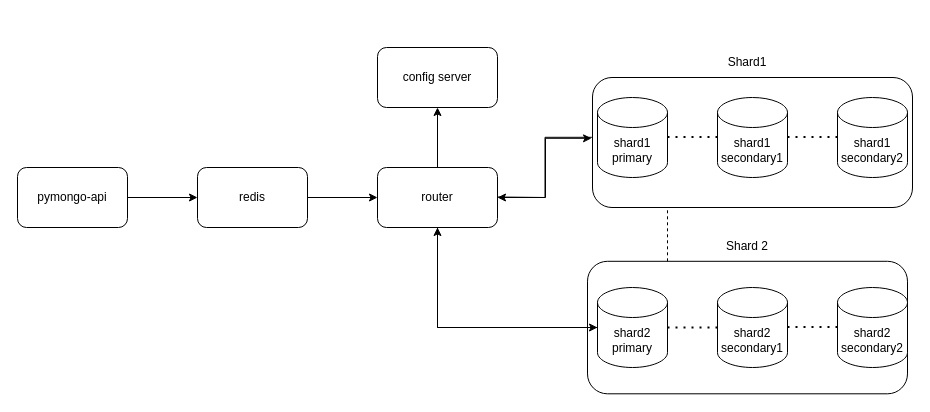
This is diagrams/task1-3.drawio from sproggi/architecture-black_friday, a draw.io file, before an edit. Source tidied: cells renumbered, new cells numbered last; positions are measured from the earlier drawing's top-left corner, leaving out a move shared by most shapes. Both pictures are drawn from the tidied source at 100%, with x=0, y=0 at pixel (17, 47).
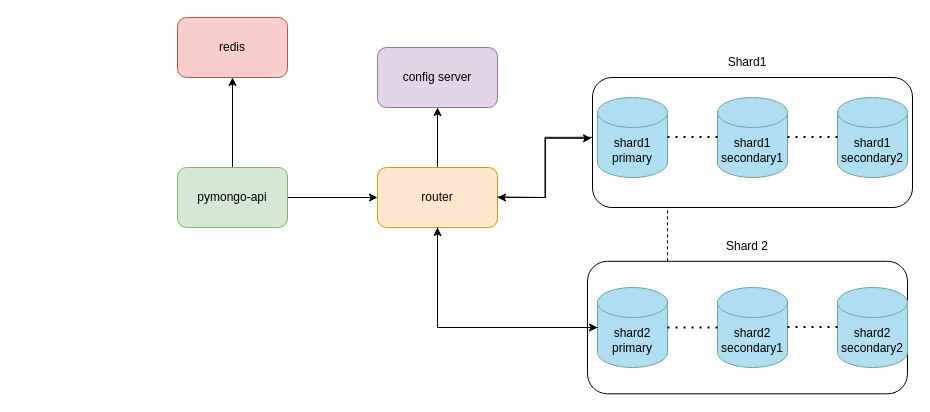
After the change.

Change to the diagram source:
```diff
@@
-    <mxCell id="4" value="shard2&lt;br&gt;primary" style="shape=cylinder3;whiteSpace=wrap;html=1;boundedLbl=1;backgroundOutline=1;size=15;" parent="1" vertex="1">
+    <mxCell id="4" value="shard2&lt;br&gt;primary" style="shape=cylinder3;whiteSpace=wrap;html=1;boundedLbl=1;backgroundOutline=1;size=15;fillColor=#b1ddf0;strokeColor=#67ab9f;" parent="1" vertex="1">
       <mxGeometry x="580" y="240" width="70" height="80" as="geometry" />
     </mxCell>
-    <mxCell id="5" style="edgeStyle=orthogonalEdgeStyle;rounded=0;jettySize=auto;html=1;entryX=0;entryY=0.5;entryDx=0;entryDy=0;" parent="1" edge="1" source="27" target="9">
+    <mxCell id="5" style="edgeStyle=orthogonalEdgeStyle;rounded=0;jettySize=auto;html=1;entryX=0;entryY=0.5;entryDx=0;entryDy=0;exitX=1;exitY=0.5;exitDx=0;exitDy=0;" parent="1" edge="1" source="6" target="9">
       <mxGeometry relative="1" as="geometry" />
     </mxCell>
+    <mxCell id="26" style="edgeStyle=none;html=1;entryX=0.5;entryY=1;entryDx=0;entryDy=0;" parent="1" edge="1" source="6" target="27">
+      <mxGeometry relative="1" as="geometry" />
+    </mxCell>
-    <mxCell id="6" value="pymongo-api" style="rounded=1;whiteSpace=wrap;html=1;" parent="1" vertex="1">
-      <mxGeometry y="120" width="110" height="60" as="geometry" />
+    <mxCell id="6" value="pymongo-api" style="rounded=1;whiteSpace=wrap;html=1;fillColor=#d5e8d4;strokeColor=#82b366;" parent="1" vertex="1">
+      <mxGeometry x="160" y="120" width="110" height="60" as="geometry" />
     </mxCell>
-    <mxCell id="7" value="shard1&lt;br&gt;primary" style="shape=cylinder3;whiteSpace=wrap;html=1;boundedLbl=1;backgroundOutline=1;size=15;" parent="1" vertex="1">
+    <mxCell id="7" value="shard1&lt;br&gt;primary" style="shape=cylinder3;whiteSpace=wrap;html=1;boundedLbl=1;backgroundOutline=1;size=15;fillColor=#b1ddf0;strokeColor=#67ab9f;" parent="1" vertex="1">
       <mxGeometry x="580" y="50" width="70" height="80" as="geometry" />
     </mxCell>
@@
-    <mxCell id="9" value="router" style="rounded=1;whiteSpace=wrap;html=1;" parent="1" vertex="1">
+    <mxCell id="9" value="router" style="rounded=1;whiteSpace=wrap;html=1;fillColor=#ffe6cc;strokeColor=#d79b00;" parent="1" vertex="1">
       <mxGeometry x="360" y="120" width="120" height="60" as="geometry" />
     </mxCell>
@@
-    <mxCell id="11" value="config server" style="rounded=1;whiteSpace=wrap;html=1;" parent="1" vertex="1">
+    <mxCell id="11" value="config server" style="rounded=1;whiteSpace=wrap;html=1;fillColor=#e1d5e7;strokeColor=#9673a6;" parent="1" vertex="1">
       <mxGeometry x="360" width="120" height="60" as="geometry" />
     </mxCell>
@@
-    <mxCell id="15" value="shard1&lt;br&gt;secondary1" style="shape=cylinder3;whiteSpace=wrap;html=1;boundedLbl=1;backgroundOutline=1;size=15;" parent="1" vertex="1">
+    <mxCell id="15" value="shard1&lt;br&gt;secondary1" style="shape=cylinder3;whiteSpace=wrap;html=1;boundedLbl=1;backgroundOutline=1;size=15;fillColor=#b1ddf0;strokeColor=#67ab9f;" parent="1" vertex="1">
       <mxGeometry x="700" y="50" width="70" height="80" as="geometry" />
     </mxCell>
-    <mxCell id="16" value="shard1&lt;br&gt;secondary2" style="shape=cylinder3;whiteSpace=wrap;html=1;boundedLbl=1;backgroundOutline=1;size=15;" parent="1" vertex="1">
+    <mxCell id="16" value="shard1&lt;br&gt;secondary2" style="shape=cylinder3;whiteSpace=wrap;html=1;boundedLbl=1;backgroundOutline=1;size=15;fillColor=#b1ddf0;strokeColor=#67ab9f;" parent="1" vertex="1">
       <mxGeometry x="820" y="50" width="70" height="80" as="geometry" />
     </mxCell>
-    <mxCell id="17" value="&lt;span style=&quot;color: rgb(0, 0, 0);&quot;&gt;shard2&lt;/span&gt;&lt;br style=&quot;color: rgb(63, 63, 63); scrollbar-color: rgb(226, 226, 226) rgb(251, 251, 251);&quot;&gt;&lt;span style=&quot;color: rgb(0, 0, 0);&quot;&gt;secondary1&lt;/span&gt;" style="shape=cylinder3;whiteSpace=wrap;html=1;boundedLbl=1;backgroundOutline=1;size=15;" parent="1" vertex="1">
+    <mxCell id="17" value="&lt;span style=&quot;color: rgb(0, 0, 0);&quot;&gt;shard2&lt;/span&gt;&lt;br style=&quot;color: rgb(63, 63, 63); scrollbar-color: rgb(226, 226, 226) rgb(251, 251, 251);&quot;&gt;&lt;span style=&quot;color: rgb(0, 0, 0);&quot;&gt;secondary1&lt;/span&gt;" style="shape=cylinder3;whiteSpace=wrap;html=1;boundedLbl=1;backgroundOutline=1;size=15;fillColor=#b1ddf0;strokeColor=#67ab9f;" parent="1" vertex="1">
       <mxGeometry x="700" y="240" width="70" height="80" as="geometry" />
     </mxCell>
-    <mxCell id="18" value="&lt;span style=&quot;color: rgb(0, 0, 0);&quot;&gt;shard2&lt;/span&gt;&lt;br style=&quot;color: rgb(63, 63, 63); scrollbar-color: rgb(226, 226, 226) rgb(251, 251, 251);&quot;&gt;&lt;span style=&quot;color: rgb(0, 0, 0);&quot;&gt;secondary2&lt;/span&gt;" style="shape=cylinder3;whiteSpace=wrap;html=1;boundedLbl=1;backgroundOutline=1;size=15;" parent="1" vertex="1">
+    <mxCell id="18" value="&lt;span style=&quot;color: rgb(0, 0, 0);&quot;&gt;shard2&lt;/span&gt;&lt;br style=&quot;color: rgb(63, 63, 63); scrollbar-color: rgb(226, 226, 226) rgb(251, 251, 251);&quot;&gt;&lt;span style=&quot;color: rgb(0, 0, 0);&quot;&gt;secondary2&lt;/span&gt;" style="shape=cylinder3;whiteSpace=wrap;html=1;boundedLbl=1;backgroundOutline=1;size=15;fillColor=#b1ddf0;strokeColor=#67ab9f;" parent="1" vertex="1">
       <mxGeometry x="820" y="240" width="70" height="80" as="geometry" />
     </mxCell>
@@
-    <mxCell id="26" style="edgeStyle=orthogonalEdgeStyle;rounded=0;jettySize=auto;html=1;entryX=0;entryY=0.5;entryDx=0;entryDy=0;" parent="1" edge="1" source="6" target="27">
-      <mxGeometry relative="1" as="geometry" />
-    </mxCell>
-    <mxCell id="27" value="redis" style="rounded=1;whiteSpace=wrap;html=1;" parent="1" vertex="1">
-      <mxGeometry x="180" y="120" width="110" height="60" as="geometry" />
+    <mxCell id="27" value="redis" style="rounded=1;whiteSpace=wrap;html=1;fillColor=#f8cecc;strokeColor=#b85450;" parent="1" vertex="1">
+      <mxGeometry x="160" y="-30" width="110" height="60" as="geometry" />
     </mxCell>
```
